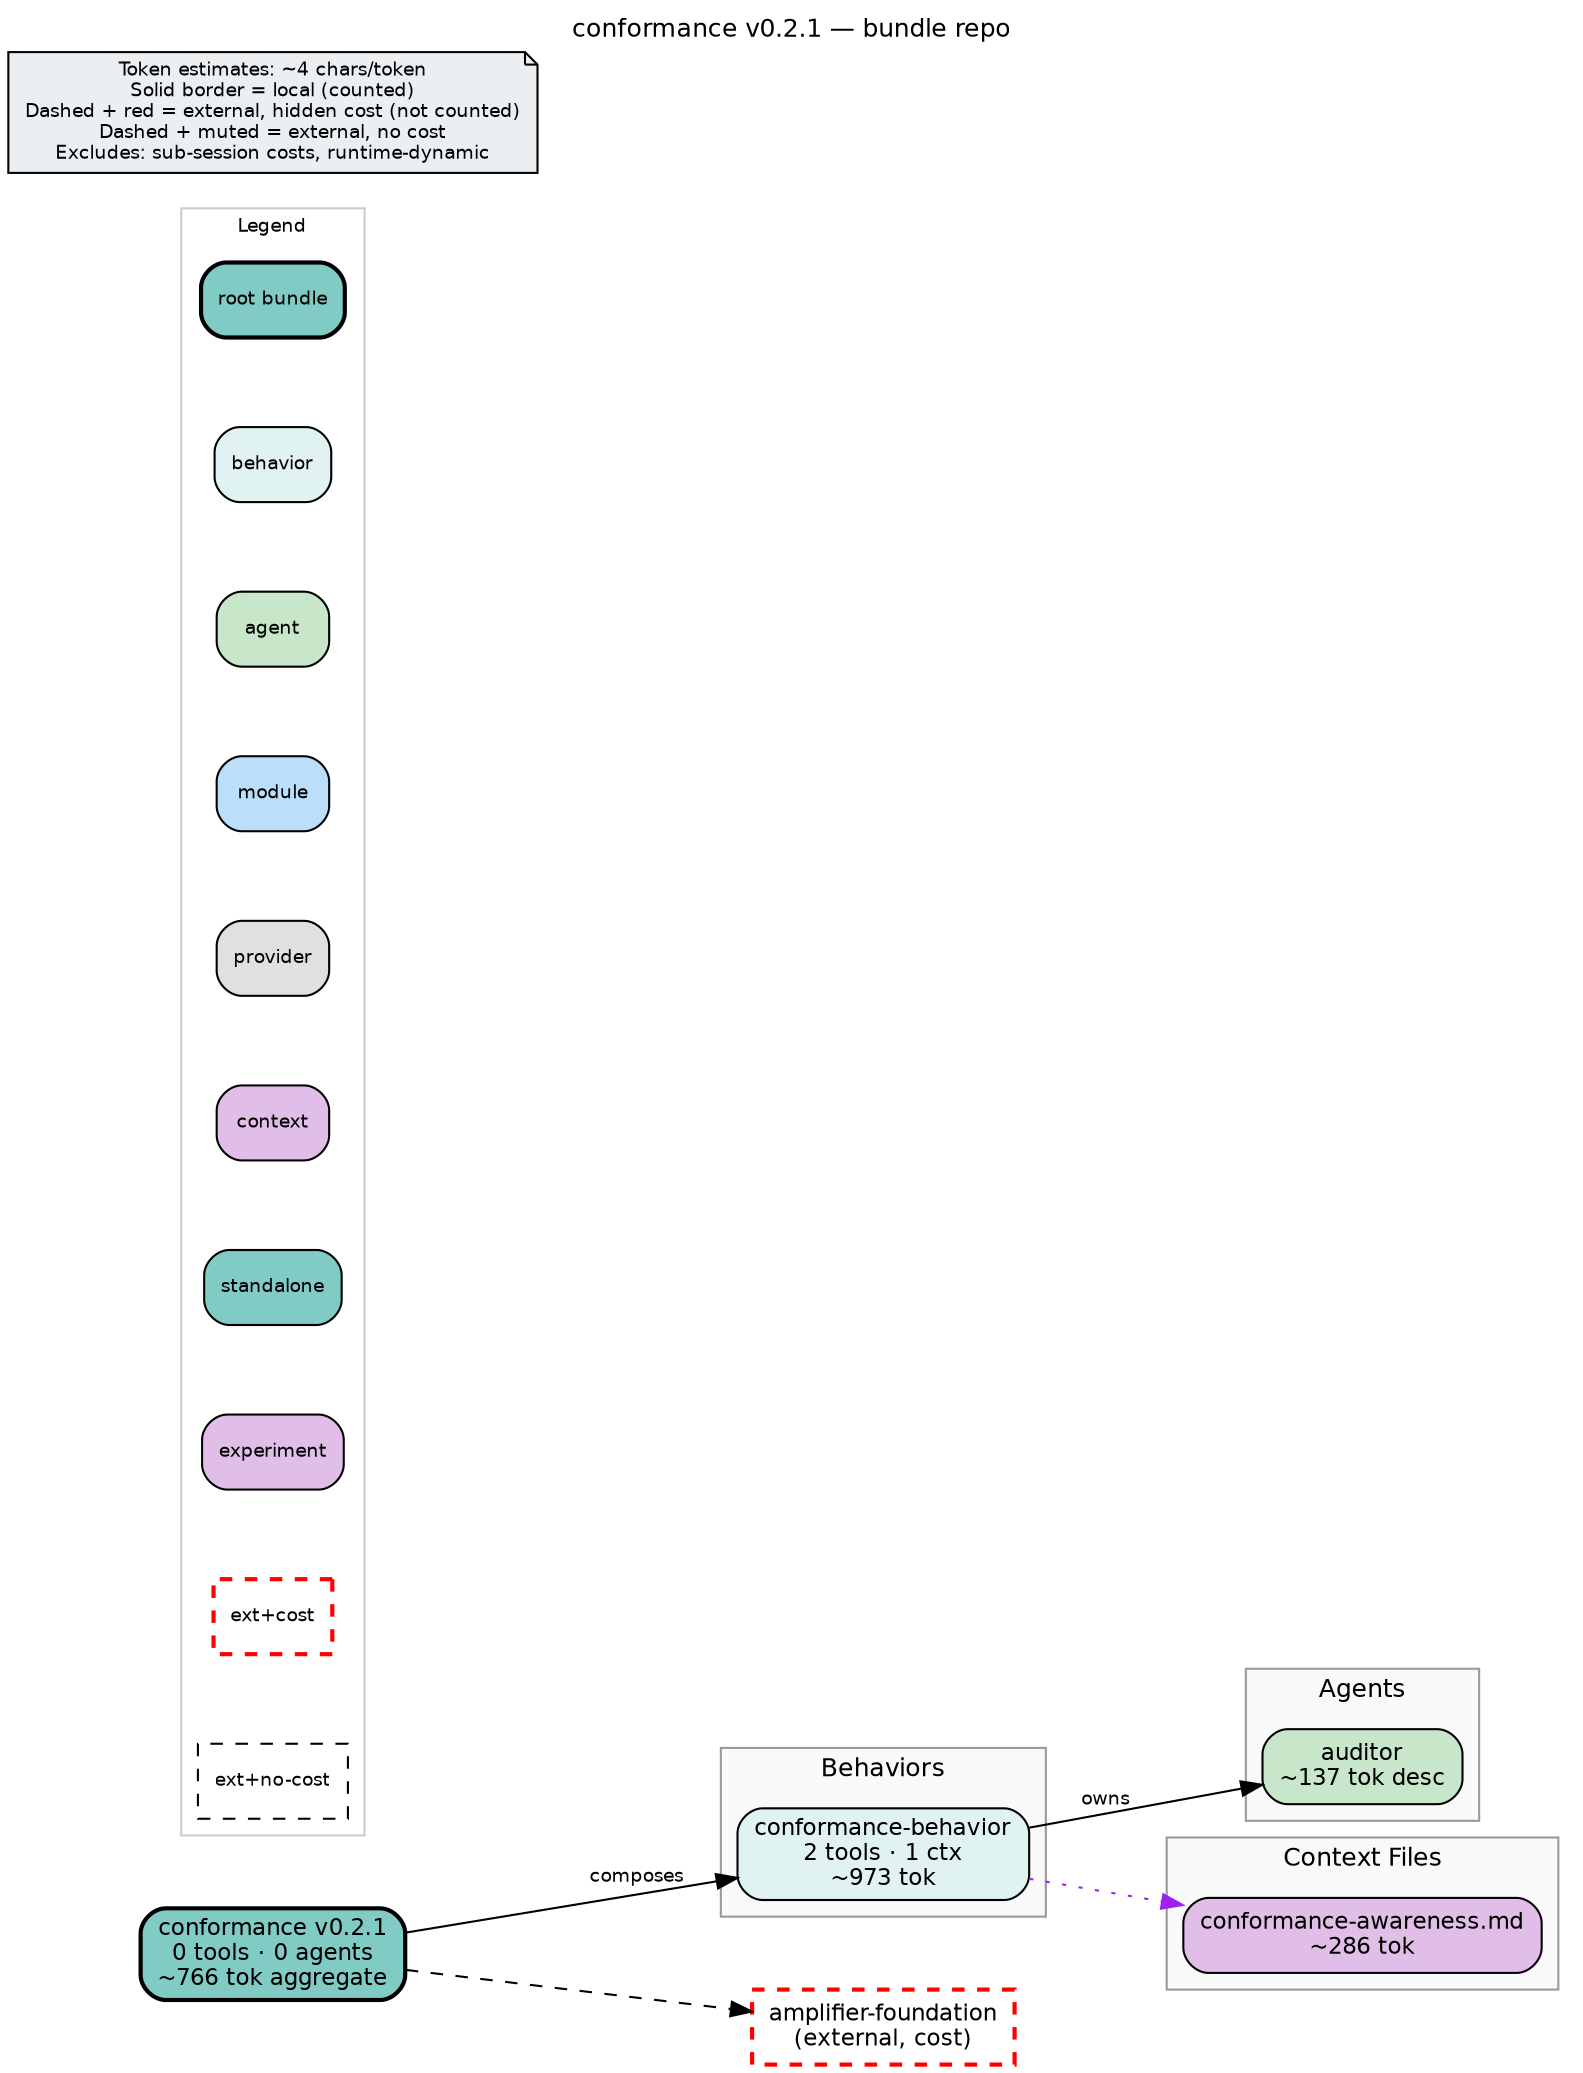
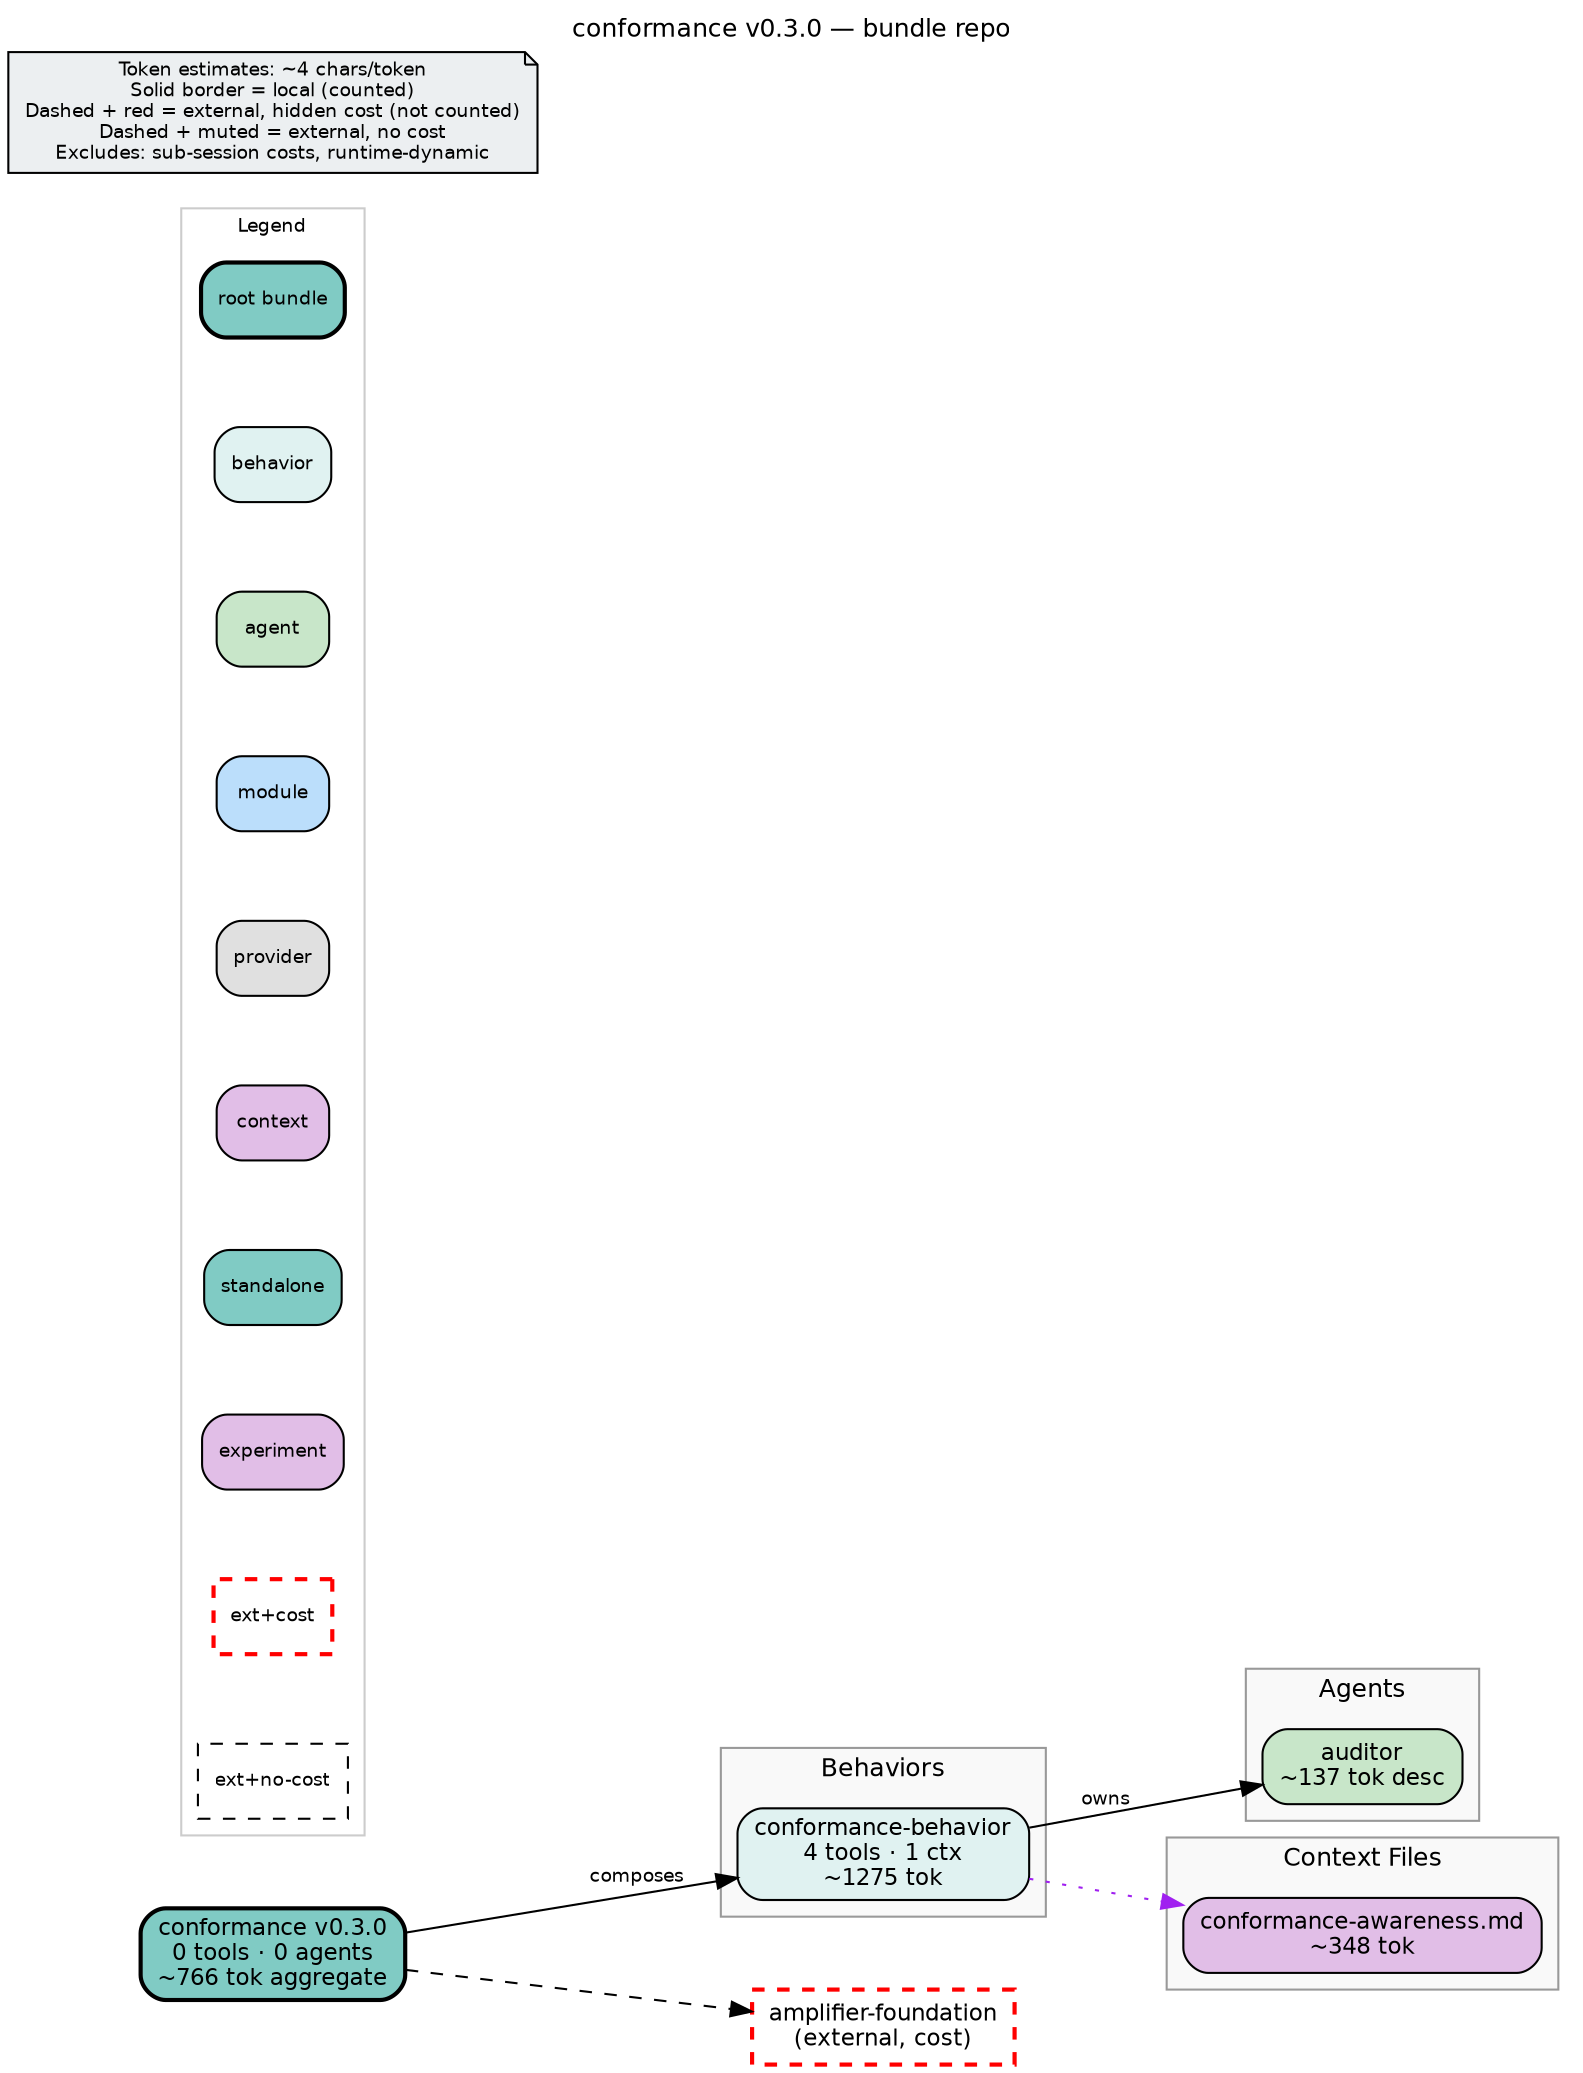
digraph conformance {
    rankdir=LR
    fontname="Helvetica"
    fontsize=12
-     label="conformance v0.2.1 — bundle repo"
+     label="conformance v0.3.0 — bundle repo"
    labelloc=t
    labeljust=c
    nodesep=0.6
    ranksep=0.7
    bgcolor="white"
-     source_hash="1d44daa34087ca47ac4092dfbcc372daa0d45fa4380cbd5e9e04912bd88f0a01"
+     source_hash="0f34d7906c6728cbc15d42be288d89e11c1874c03bdf17508e02837bd09ac51b"

    node [fontname="Helvetica", fontsize=11, style="filled,rounded"]
    edge [fontname="Helvetica", fontsize=9]

-     root_conformance [label="conformance v0.2.1\n0 tools · 0 agents\n~766 tok aggregate", shape=box, fillcolor="#80cbc4", style="filled,rounded,bold", penwidth=2]
+     root_conformance [label="conformance v0.3.0\n0 tools · 0 agents\n~766 tok aggregate", shape=box, fillcolor="#80cbc4", style="filled,rounded,bold", penwidth=2]

    subgraph cluster_behaviors {
        label="Behaviors"
        style="filled"
        fillcolor="#f9f9f9"
        color="#999999"

-         beh_conformance_behavior [label="conformance-behavior\n2 tools · 1 ctx\n~973 tok", shape=box, fillcolor="#e0f2f1", style="filled,rounded"]
+         beh_conformance_behavior [label="conformance-behavior\n4 tools · 1 ctx\n~1275 tok", shape=box, fillcolor="#e0f2f1", style="filled,rounded"]
    }

    subgraph cluster_agents {
        label="Agents"
        style="filled"
        fillcolor="#f9f9f9"
        color="#999999"

        agt_auditor [label="auditor\n~137 tok desc", shape=box, fillcolor="#c8e6c9", style="filled,rounded"]
    }

    subgraph cluster_context {
        label="Context Files"
        style="filled"
        fillcolor="#f9f9f9"
        color="#999999"

-         ctx_conformance_awareness_md [label="conformance-awareness.md\n~286 tok", shape=box, fillcolor="#e1bee7", style="filled,rounded"]
+         ctx_conformance_awareness_md [label="conformance-awareness.md\n~348 tok", shape=box, fillcolor="#e1bee7", style="filled,rounded"]
    }

    subgraph cluster_legend {
        label="Legend"
        style="filled"
        fillcolor="white"
        color="#cccccc"
        fontsize=9

        leg_root [label="root bundle", shape=box, fillcolor="#80cbc4", style="filled,rounded,bold", fontsize=9]
        leg_behavior [label="behavior", shape=box, fillcolor="#e0f2f1", style="filled,rounded", fontsize=9]
        leg_agent [label="agent", shape=box, fillcolor="#c8e6c9", style="filled,rounded", fontsize=9]
        leg_module [label="module", shape=box, fillcolor="#bbdefb", style="filled,rounded", fontsize=9]
        leg_provider [label="provider", shape=box, fillcolor="#e0e0e0", style="filled,rounded", fontsize=9]
        leg_context [label="context", shape=box, fillcolor="#e1bee7", style="filled,rounded", fontsize=9]
        leg_standalone [label="standalone", shape=box, fillcolor="#80cbc4", style="filled,rounded", fontsize=9]
        leg_experiment [label="experiment", shape=box, fillcolor="#e1bee7", style="filled,rounded", fontsize=9]
        leg_ext_cost [label="ext+cost", shape=box, fillcolor="#80cbc4", style="dashed", color="red", penwidth=2, fontsize=9]
        leg_ext_muted [label="ext+no-cost", shape=box, fillcolor="#f5f5f5", style="dashed", fontsize=9]
    }

    disclaimer [label="Token estimates: ~4 chars/token\nSolid border = local (counted)\nDashed + red = external, hidden cost (not counted)\nDashed + muted = external, no cost\nExcludes: sub-session costs, runtime-dynamic", shape=note, fillcolor="#eceff1", style="filled", fontsize=9]

    ext_githttps___github_com_microsoft_amplifier_foundation_main [label="amplifier-foundation\n(external, cost)", shape=box, fillcolor="#80cbc4", style="dashed", color="red", penwidth=2]

    root_conformance -> ext_githttps___github_com_microsoft_amplifier_foundation_main [style=dashed]
    root_conformance -> beh_conformance_behavior [label="composes"]
    beh_conformance_behavior -> agt_auditor [label="owns"]
    beh_conformance_behavior -> ctx_conformance_awareness_md [style=dotted, color=purple]
}